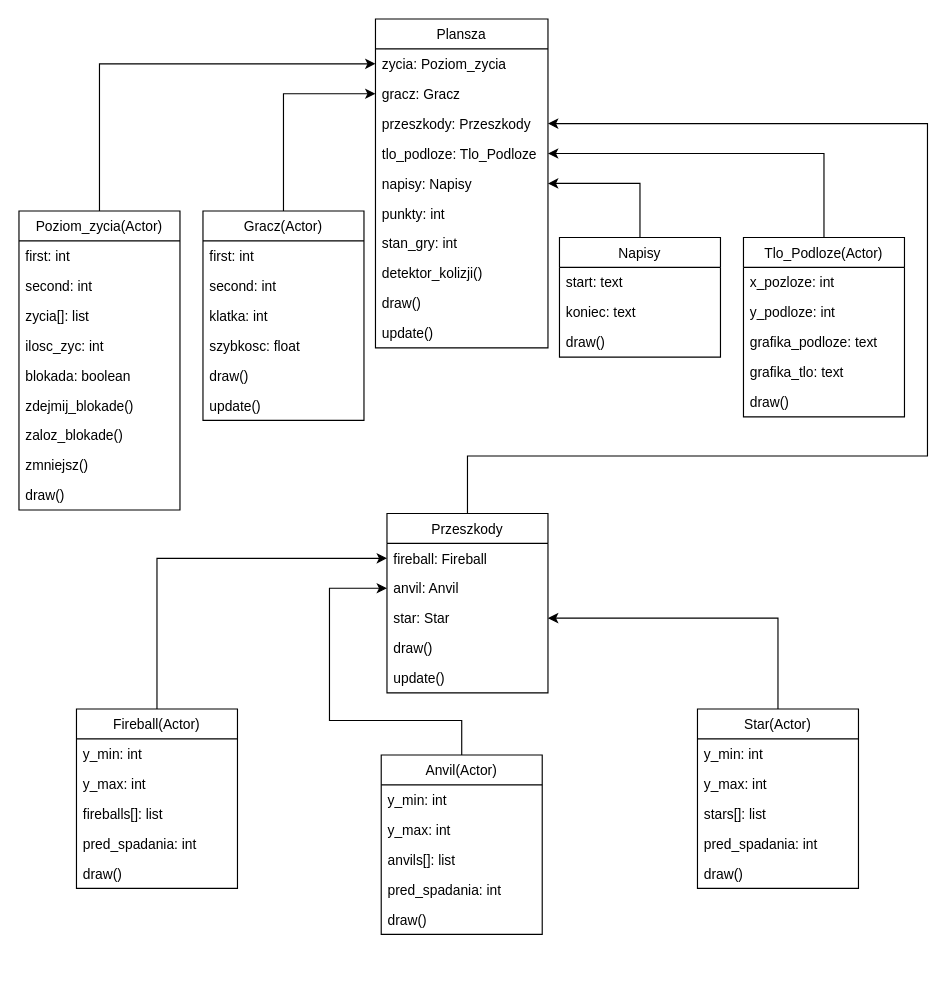
Above: UML.drawio in krzysztofjedraszak/falling_game_obiektowo (draw.io), before the change. Source tidied: cells renumbered, new cells numbered last; positions are measured from the earlier drawing's top-left corner, leaving out a move shared by most shapes. Both pictures are drawn from the tidied source at 115%, with x=0, y=0 at pixel (18, 18).
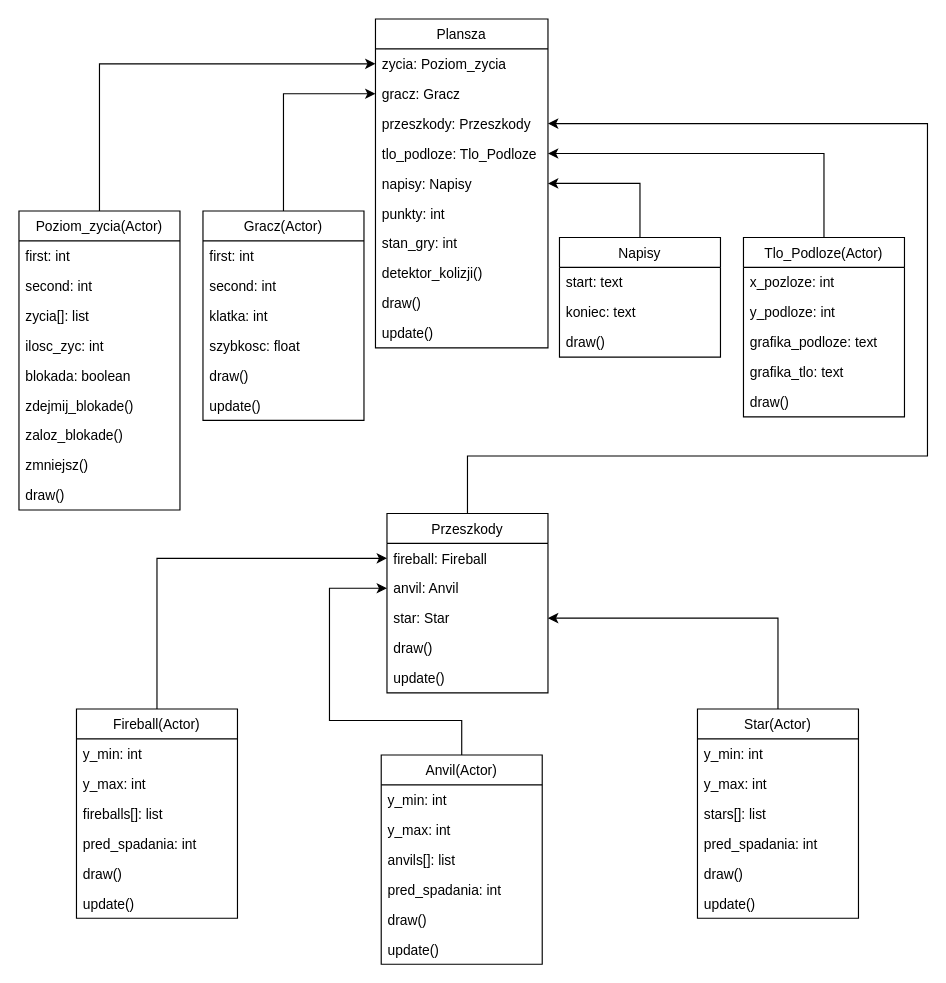
The same diagram, later.

Commit message (it also covers changes not shown here):
implementacja klas Fireball(),Anvil() i Star(), dodanie do nich funkcji update(), na diagramie rowniez

Change to the diagram source:
```diff
@@
     <mxCell id="52" value="Star(Actor)" style="swimlane;fontStyle=0;horizontal=1;startSize=26;fillColor=none;" parent="1" vertex="1">
-      <mxGeometry x="590" y="600" width="140" height="156" as="geometry" />
+      <mxGeometry x="590" y="600" width="140" height="182" as="geometry" />
     </mxCell>
@@
+    <mxCell id="72" value="update()" style="text;strokeColor=none;fillColor=none;align=left;verticalAlign=top;spacingLeft=4;spacingRight=4;overflow=hidden;" parent="52" vertex="1">
+      <mxGeometry y="156" width="140" height="26" as="geometry" />
+    </mxCell>
@@
     <mxCell id="59" value="Anvil(Actor)" style="swimlane;fontStyle=0;horizontal=1;startSize=26;fillColor=none;" parent="1" vertex="1">
-      <mxGeometry x="315" y="640" width="140" height="156" as="geometry" />
+      <mxGeometry x="315" y="640" width="140" height="182" as="geometry" />
     </mxCell>
@@
+    <mxCell id="73" value="update()" style="text;strokeColor=none;fillColor=none;align=left;verticalAlign=top;spacingLeft=4;spacingRight=4;overflow=hidden;" parent="59" vertex="1">
+      <mxGeometry y="156" width="140" height="26" as="geometry" />
+    </mxCell>
@@
     <mxCell id="66" value="Fireball(Actor)" style="swimlane;fontStyle=0;horizontal=1;startSize=26;fillColor=none;" parent="1" vertex="1">
-      <mxGeometry x="50" y="600" width="140" height="156" as="geometry" />
+      <mxGeometry x="50" y="600" width="140" height="182" as="geometry" />
     </mxCell>
@@
+    <mxCell id="74" value="update()" style="text;strokeColor=none;fillColor=none;align=left;verticalAlign=top;spacingLeft=4;spacingRight=4;overflow=hidden;" parent="66" vertex="1">
+      <mxGeometry y="156" width="140" height="26" as="geometry" />
+    </mxCell>
```
